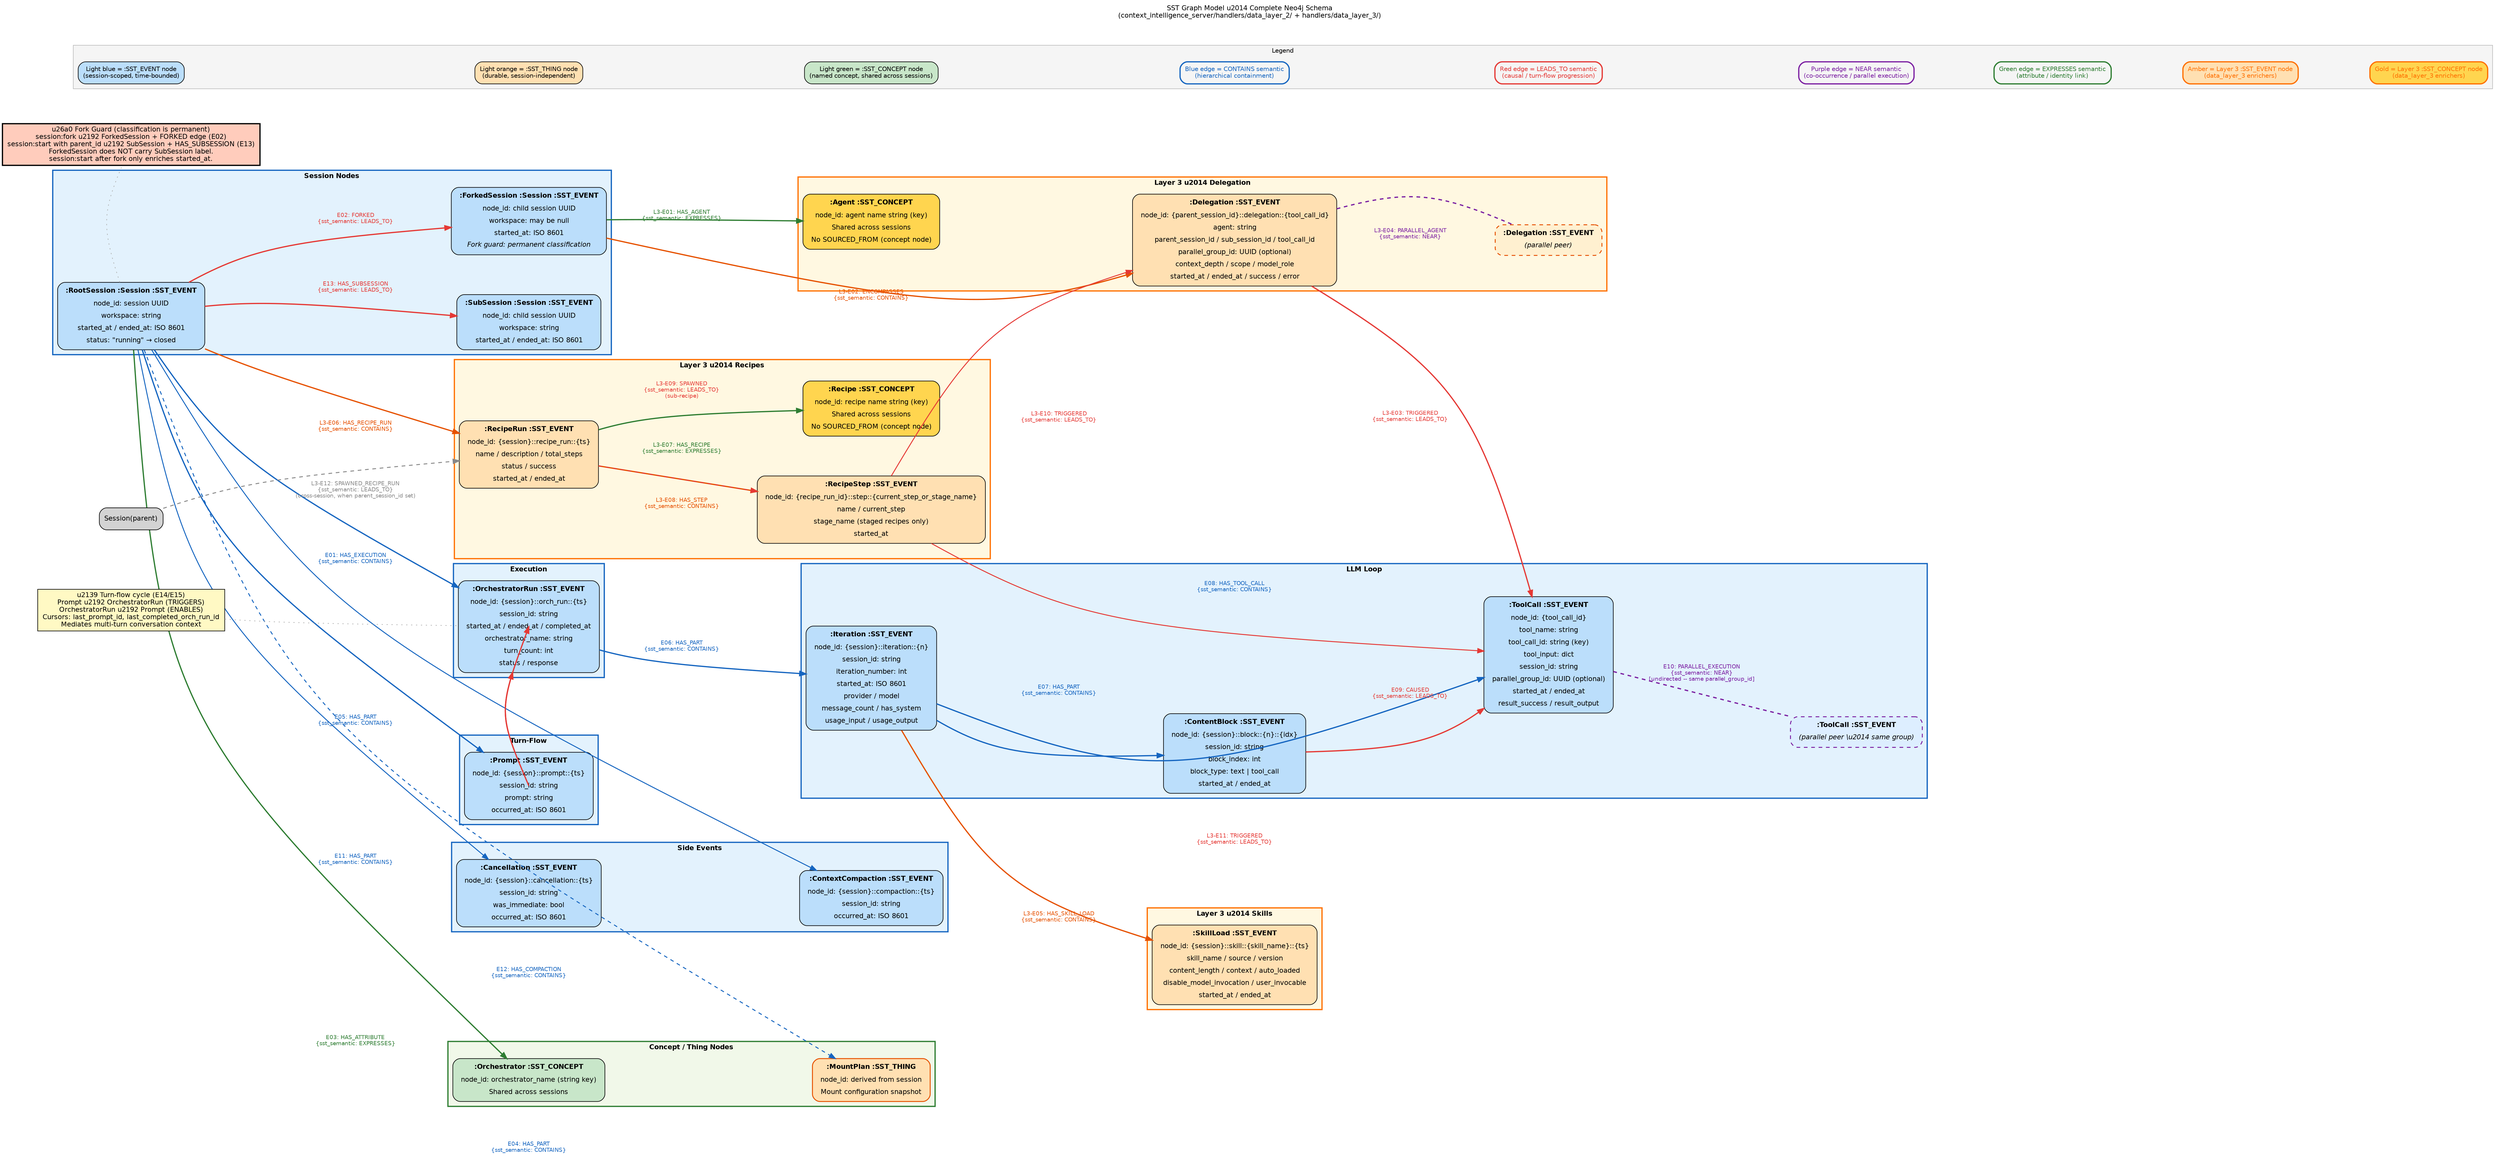
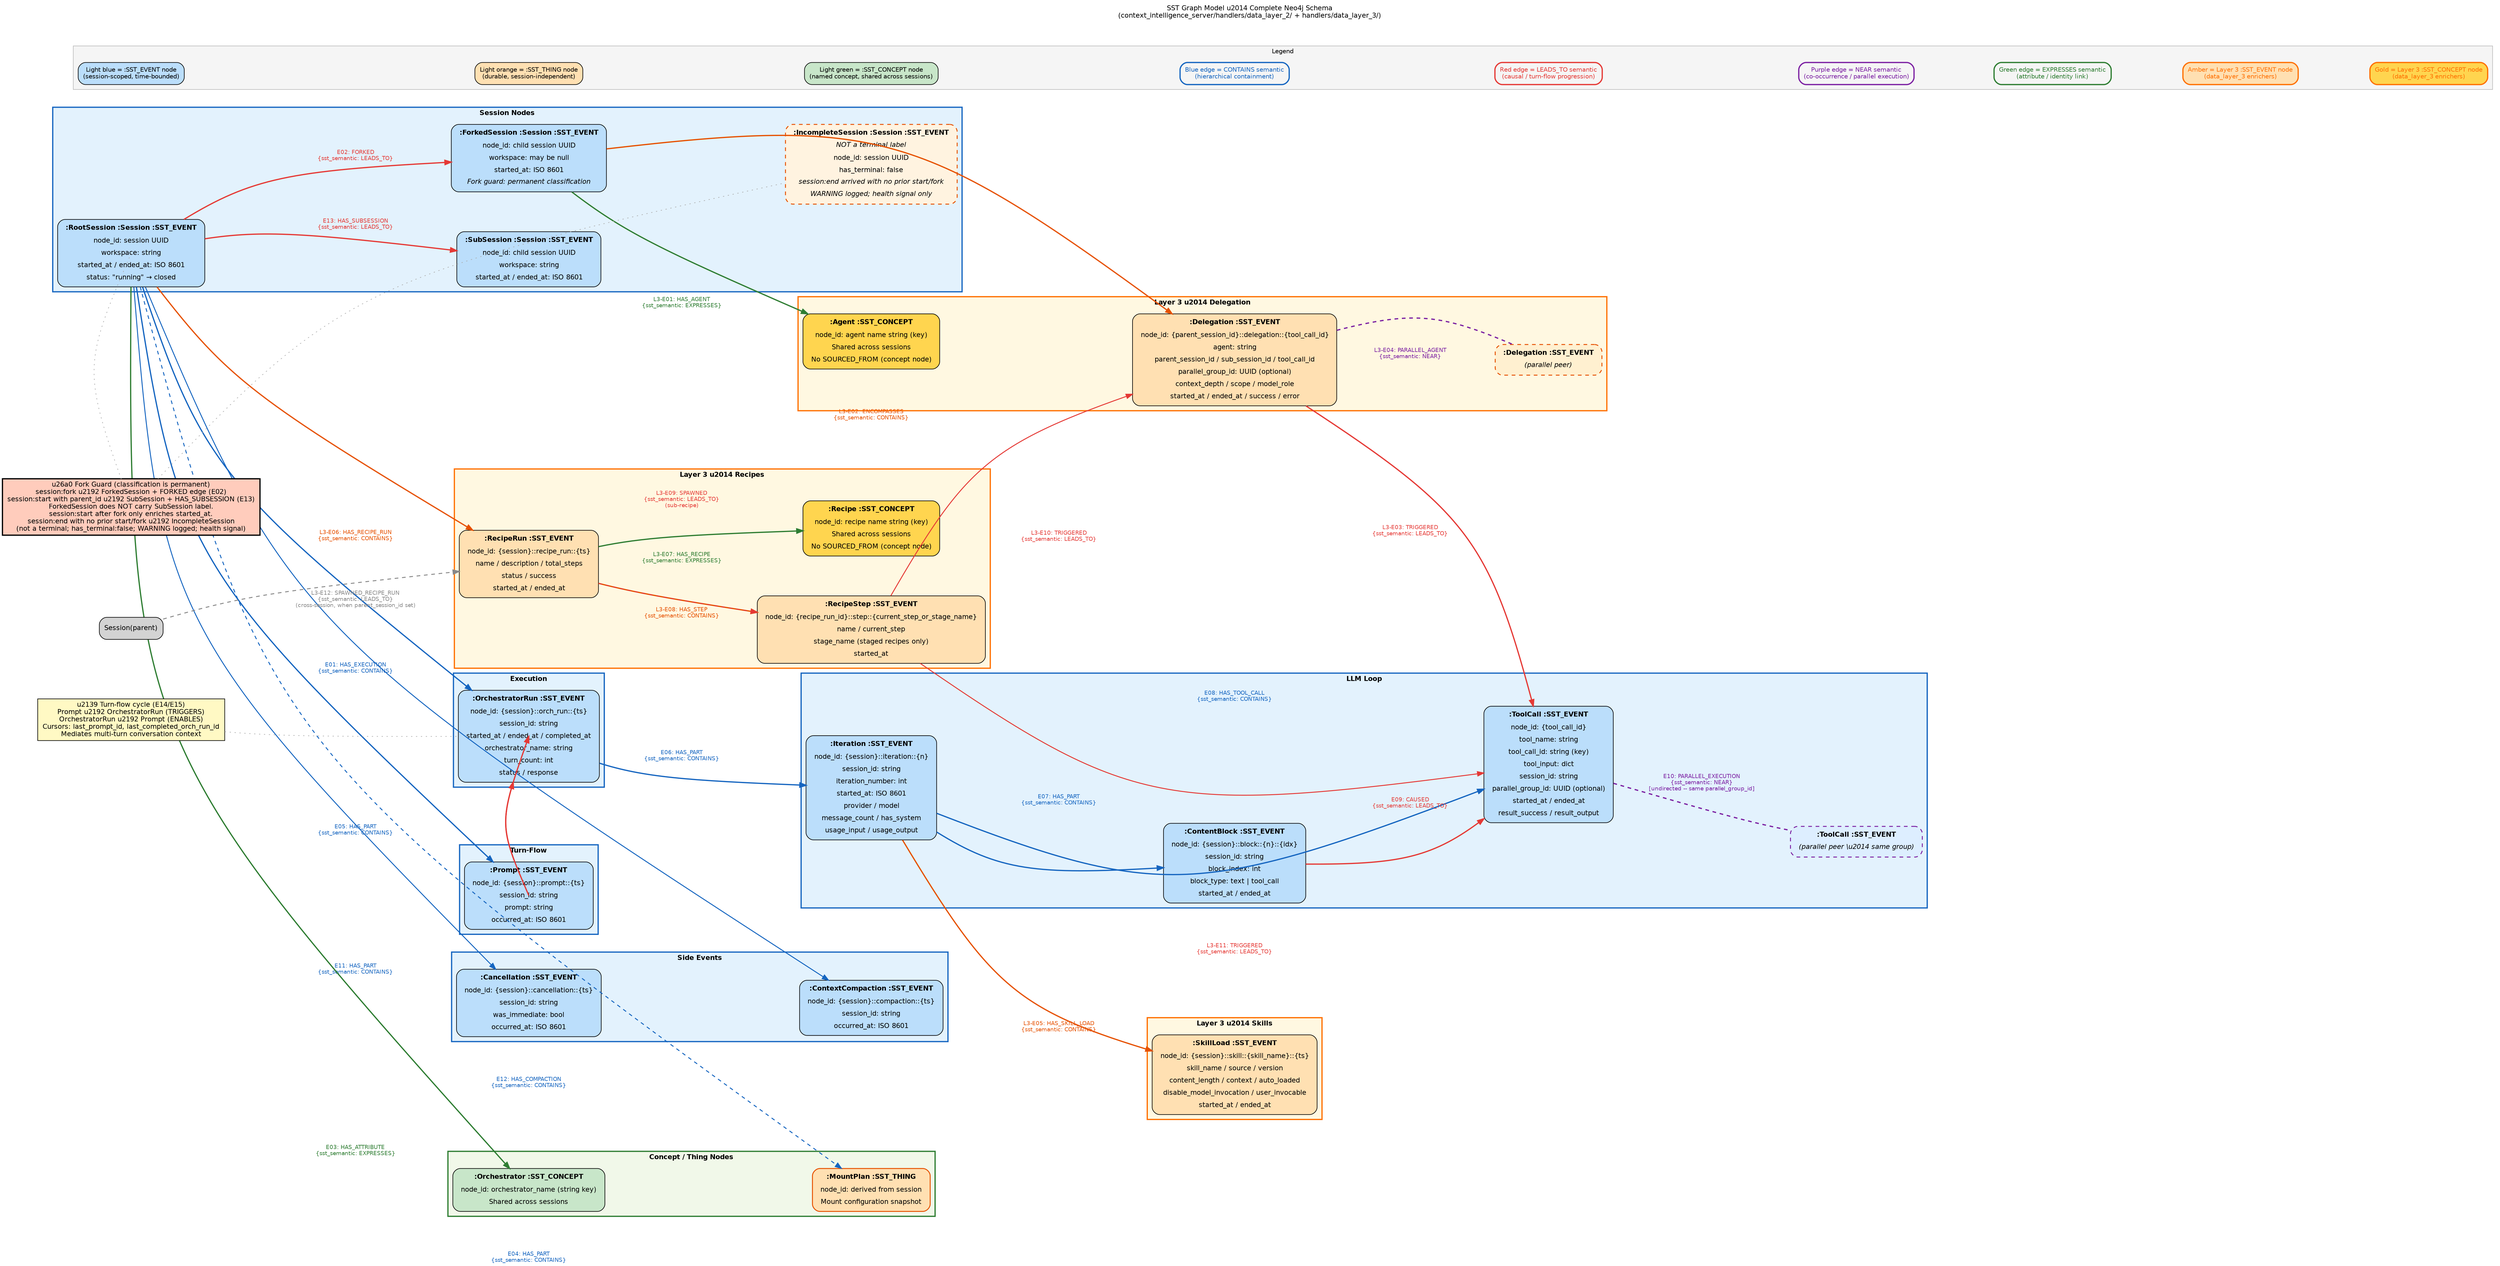
digraph graph_model {
    // -- Global defaults ------------------------------------------------------
    graph [
        rankdir   = LR
        compound  = true
        splines   = curved
        nodesep   = 0.9
        ranksep   = 1.6
        fontname  = "Helvetica"
        fontsize  = 11
        label     = "SST Graph Model \u2014 Complete Neo4j Schema\n(context_intelligence_server/handlers/data_layer_2/ + handlers/data_layer_3/)"
        labelloc  = t
        labeljust = c
    ]
    node [
        fontname = "Helvetica"
        fontsize = 11
        style    = "filled,rounded"
        shape    = box
    ]
    edge [
        fontname = "Helvetica"
        fontsize = 9
    ]

    // -- Sessions cluster -----------------------------------------------------
    subgraph cluster_sessions {
        graph [
            label     = "Session Nodes"
            fontname  = "Helvetica-Bold"
            fontsize  = 11
            style     = filled
            color     = "#1565C0"
            fillcolor = "#E3F2FD"
            penwidth  = 2
        ]

        RootSession [
            fillcolor = "#BBDEFB"
            label     = <<TABLE BORDER="0" CELLBORDER="0" CELLSPACING="2" CELLPADDING="3">
                <TR><TD><B>:RootSession :Session :SST_EVENT</B></TD></TR>
                <TR><TD>node_id: session UUID</TD></TR>
                <TR><TD>workspace: string</TD></TR>
                <TR><TD>started_at / ended_at: ISO 8601</TD></TR>
                <TR><TD>status: "running" &#8594; closed</TD></TR>
            </TABLE>>
        ]

        SubSession [
            fillcolor = "#BBDEFB"
            label     = <<TABLE BORDER="0" CELLBORDER="0" CELLSPACING="2" CELLPADDING="3">
                <TR><TD><B>:SubSession :Session :SST_EVENT</B></TD></TR>
                <TR><TD>node_id: child session UUID</TD></TR>
                <TR><TD>workspace: string</TD></TR>
                <TR><TD>started_at / ended_at: ISO 8601</TD></TR>
            </TABLE>>
        ]

        ForkedSession [
            fillcolor = "#BBDEFB"
            label     = <<TABLE BORDER="0" CELLBORDER="0" CELLSPACING="2" CELLPADDING="3">
                <TR><TD><B>:ForkedSession :Session :SST_EVENT</B></TD></TR>
                <TR><TD>node_id: child session UUID</TD></TR>
                <TR><TD>workspace: may be null</TD></TR>
                <TR><TD>started_at: ISO 8601</TD></TR>
                <TR><TD><I>Fork guard: permanent classification</I></TD></TR>
            </TABLE>>
        ]

-         RootSession -> SubSession    [style = invis]
-         RootSession -> ForkedSession [style = invis]
+         IncompleteSession [
+             fillcolor = "#FFF3E0"
+             color     = "#E65100"
+             penwidth  = 1.5
+             style     = "filled,rounded,dashed"
+             label     = <<TABLE BORDER="0" CELLBORDER="0" CELLSPACING="2" CELLPADDING="3">
+                 <TR><TD><B>:IncompleteSession :Session :SST_EVENT</B></TD></TR>
+                 <TR><TD><I>NOT a terminal label</I></TD></TR>
+                 <TR><TD>node_id: session UUID</TD></TR>
+                 <TR><TD>has_terminal: false</TD></TR>
+                 <TR><TD><I>session:end arrived with no prior start/fork</I></TD></TR>
+                 <TR><TD><I>WARNING logged; health signal only</I></TD></TR>
+             </TABLE>>
+         ]
+ 
+         RootSession -> SubSession       [style = invis]
+         RootSession -> ForkedSession    [style = invis]
+         ForkedSession -> IncompleteSession [style = invis]
    }

    // -- Execution cluster ----------------------------------------------------
    subgraph cluster_execution {
        graph [
            label     = "Execution"
            fontname  = "Helvetica-Bold"
            fontsize  = 11
            style     = filled
            color     = "#1565C0"
            fillcolor = "#E3F2FD"
            penwidth  = 2
        ]

        OrchestratorRun [
            fillcolor = "#BBDEFB"
            label     = <<TABLE BORDER="0" CELLBORDER="0" CELLSPACING="2" CELLPADDING="3">
                <TR><TD><B>:OrchestratorRun :SST_EVENT</B></TD></TR>
                <TR><TD>node_id: {session}::orch_run::{ts}</TD></TR>
                <TR><TD>session_id: string</TD></TR>
                <TR><TD>started_at / ended_at / completed_at</TD></TR>
                <TR><TD>orchestrator_name: string</TD></TR>
                <TR><TD>turn_count: int</TD></TR>
                <TR><TD>status / response</TD></TR>
            </TABLE>>
        ]
    }

    // -- LLM loop cluster -----------------------------------------------------
    subgraph cluster_llm_loop {
        graph [
            label     = "LLM Loop"
            fontname  = "Helvetica-Bold"
            fontsize  = 11
            style     = filled
            color     = "#1565C0"
            fillcolor = "#E3F2FD"
            penwidth  = 2
        ]

        Iteration [
            fillcolor = "#BBDEFB"
            label     = <<TABLE BORDER="0" CELLBORDER="0" CELLSPACING="2" CELLPADDING="3">
                <TR><TD><B>:Iteration :SST_EVENT</B></TD></TR>
                <TR><TD>node_id: {session}::iteration::{n}</TD></TR>
                <TR><TD>session_id: string</TD></TR>
                <TR><TD>iteration_number: int</TD></TR>
                <TR><TD>started_at: ISO 8601</TD></TR>
                <TR><TD>provider / model</TD></TR>
                <TR><TD>message_count / has_system</TD></TR>
                <TR><TD>usage_input / usage_output</TD></TR>
            </TABLE>>
        ]

        ContentBlock [
            fillcolor = "#BBDEFB"
            label     = <<TABLE BORDER="0" CELLBORDER="0" CELLSPACING="2" CELLPADDING="3">
                <TR><TD><B>:ContentBlock :SST_EVENT</B></TD></TR>
                <TR><TD>node_id: {session}::block::{n}::{idx}</TD></TR>
                <TR><TD>session_id: string</TD></TR>
                <TR><TD>block_index: int</TD></TR>
                <TR><TD>block_type: text | tool_call</TD></TR>
                <TR><TD>started_at / ended_at</TD></TR>
            </TABLE>>
        ]

        ToolCall [
            fillcolor = "#BBDEFB"
            label     = <<TABLE BORDER="0" CELLBORDER="0" CELLSPACING="2" CELLPADDING="3">
                <TR><TD><B>:ToolCall :SST_EVENT</B></TD></TR>
                <TR><TD>node_id: {tool_call_id}</TD></TR>
                <TR><TD>tool_name: string</TD></TR>
                <TR><TD>tool_call_id: string (key)</TD></TR>
                <TR><TD>tool_input: dict</TD></TR>
                <TR><TD>session_id: string</TD></TR>
                <TR><TD>parallel_group_id: UUID (optional)</TD></TR>
                <TR><TD>started_at / ended_at</TD></TR>
                <TR><TD>result_success / result_output</TD></TR>
            </TABLE>>
        ]

        ToolCallPeer [
            fillcolor = "#DDEEFF"
            color     = "#7B1FA2"
            penwidth  = 1.5
            style     = "filled,rounded,dashed"
            label     = <<TABLE BORDER="0" CELLBORDER="0" CELLSPACING="2" CELLPADDING="3">
                <TR><TD><B>:ToolCall :SST_EVENT</B></TD></TR>
                <TR><TD><I>(parallel peer \u2014 same group)</I></TD></TR>
            </TABLE>>
        ]

        Iteration    -> ContentBlock [style = invis]
        Iteration    -> ToolCall     [style = invis]
        ContentBlock -> ToolCallPeer [style = invis]
    }

    // -- Prompt cluster -------------------------------------------------------
    subgraph cluster_prompt {
        graph [
            label     = "Turn-Flow"
            fontname  = "Helvetica-Bold"
            fontsize  = 11
            style     = filled
            color     = "#1565C0"
            fillcolor = "#E3F2FD"
            penwidth  = 2
        ]

        Prompt [
            fillcolor = "#BBDEFB"
            label     = <<TABLE BORDER="0" CELLBORDER="0" CELLSPACING="2" CELLPADDING="3">
                <TR><TD><B>:Prompt :SST_EVENT</B></TD></TR>
                <TR><TD>node_id: {session}::prompt::{ts}</TD></TR>
                <TR><TD>session_id: string</TD></TR>
                <TR><TD>prompt: string</TD></TR>
                <TR><TD>occurred_at: ISO 8601</TD></TR>
            </TABLE>>
        ]
    }

    // -- Side events cluster --------------------------------------------------
    subgraph cluster_side_events {
        graph [
            label     = "Side Events"
            fontname  = "Helvetica-Bold"
            fontsize  = 11
            style     = filled
            color     = "#1565C0"
            fillcolor = "#E3F2FD"
            penwidth  = 2
        ]

        Cancellation [
            fillcolor = "#BBDEFB"
            label     = <<TABLE BORDER="0" CELLBORDER="0" CELLSPACING="2" CELLPADDING="3">
                <TR><TD><B>:Cancellation :SST_EVENT</B></TD></TR>
                <TR><TD>node_id: {session}::cancellation::{ts}</TD></TR>
                <TR><TD>session_id: string</TD></TR>
                <TR><TD>was_immediate: bool</TD></TR>
                <TR><TD>occurred_at: ISO 8601</TD></TR>
            </TABLE>>
        ]

        ContextCompaction [
            fillcolor = "#BBDEFB"
            label     = <<TABLE BORDER="0" CELLBORDER="0" CELLSPACING="2" CELLPADDING="3">
                <TR><TD><B>:ContextCompaction :SST_EVENT</B></TD></TR>
                <TR><TD>node_id: {session}::compaction::{ts}</TD></TR>
                <TR><TD>session_id: string</TD></TR>
                <TR><TD>occurred_at: ISO 8601</TD></TR>
            </TABLE>>
        ]

        Cancellation -> ContextCompaction [style = invis]
    }

    // -- Concept / Thing cluster ----------------------------------------------
    subgraph cluster_concepts {
        graph [
            label     = "Concept / Thing Nodes"
            fontname  = "Helvetica-Bold"
            fontsize  = 11
            style     = filled
            color     = "#2E7D32"
            fillcolor = "#F1F8E9"
            penwidth  = 2
        ]

        Orchestrator [
            fillcolor = "#C8E6C9"
            label     = <<TABLE BORDER="0" CELLBORDER="0" CELLSPACING="2" CELLPADDING="3">
                <TR><TD><B>:Orchestrator :SST_CONCEPT</B></TD></TR>
                <TR><TD>node_id: orchestrator_name (string key)</TD></TR>
                <TR><TD>Shared across sessions</TD></TR>
            </TABLE>>
        ]

        MountPlan [
            fillcolor = "#FFE0B2"
            color     = "#E65100"
            penwidth  = 1.5
            label     = <<TABLE BORDER="0" CELLBORDER="0" CELLSPACING="2" CELLPADDING="3">
                <TR><TD><B>:MountPlan :SST_THING</B></TD></TR>
                <TR><TD>node_id: derived from session</TD></TR>
                <TR><TD>Mount configuration snapshot</TD></TR>
            </TABLE>>
        ]

        Orchestrator -> MountPlan [style = invis]
    }

    // -- Layer 3 — Delegation cluster -----------------------------------------
    subgraph cluster_layer3_delegation {
        graph [
            label     = "Layer 3 \u2014 Delegation"
            fontname  = "Helvetica-Bold"
            fontsize  = 11
            style     = filled
            color     = "#FF6F00"
            fillcolor = "#FFF8E1"
            penwidth  = 2
        ]

        Delegation [
            fillcolor = "#FFE0B2"
            label     = <<TABLE BORDER="0" CELLBORDER="0" CELLSPACING="2" CELLPADDING="3">
                <TR><TD><B>:Delegation :SST_EVENT</B></TD></TR>
                <TR><TD>node_id: {parent_session_id}::delegation::{tool_call_id}</TD></TR>
                <TR><TD>agent: string</TD></TR>
                <TR><TD>parent_session_id / sub_session_id / tool_call_id</TD></TR>
                <TR><TD>parallel_group_id: UUID (optional)</TD></TR>
                <TR><TD>context_depth / scope / model_role</TD></TR>
                <TR><TD>started_at / ended_at / success / error</TD></TR>
            </TABLE>>
        ]

        Agent [
            fillcolor = "#FFD54F"
            label     = <<TABLE BORDER="0" CELLBORDER="0" CELLSPACING="2" CELLPADDING="3">
                <TR><TD><B>:Agent :SST_CONCEPT</B></TD></TR>
                <TR><TD>node_id: agent name string (key)</TD></TR>
                <TR><TD>Shared across sessions</TD></TR>
                <TR><TD>No SOURCED_FROM (concept node)</TD></TR>
            </TABLE>>
        ]

        DelegationPeer [
            style     = "filled,rounded,dashed"
            fillcolor = "#FFF0D0"
            color     = "#E65100"
            penwidth  = 1.5
            label     = <<TABLE BORDER="0" CELLBORDER="0" CELLSPACING="2" CELLPADDING="3">
                <TR><TD><B>:Delegation :SST_EVENT</B></TD></TR>
                <TR><TD><I>(parallel peer)</I></TD></TR>
            </TABLE>>
        ]

        Agent -> Delegation [style = invis]
    }

    // -- Layer 3 — Skills cluster ----------------------------------------------
    subgraph cluster_layer3_skills {
        graph [
            label     = "Layer 3 \u2014 Skills"
            fontname  = "Helvetica-Bold"
            fontsize  = 11
            style     = filled
            color     = "#FF6F00"
            fillcolor = "#FFF8E1"
            penwidth  = 2
        ]

        SkillLoad [
            fillcolor = "#FFE0B2"
            label     = <<TABLE BORDER="0" CELLBORDER="0" CELLSPACING="2" CELLPADDING="3">
                <TR><TD><B>:SkillLoad :SST_EVENT</B></TD></TR>
                <TR><TD>node_id: {session}::skill::{skill_name}::{ts}</TD></TR>
                <TR><TD>skill_name / source / version</TD></TR>
                <TR><TD>content_length / context / auto_loaded</TD></TR>
                <TR><TD>disable_model_invocation / user_invocable</TD></TR>
                <TR><TD>started_at / ended_at</TD></TR>
            </TABLE>>
        ]
    }

    // -- Layer 3 — Recipes cluster ---------------------------------------------
    subgraph cluster_layer3_recipes {
        graph [
            label     = "Layer 3 \u2014 Recipes"
            fontname  = "Helvetica-Bold"
            fontsize  = 11
            style     = filled
            color     = "#FF6F00"
            fillcolor = "#FFF8E1"
            penwidth  = 2
        ]

        RecipeRun [
            fillcolor = "#FFE0B2"
            label     = <<TABLE BORDER="0" CELLBORDER="0" CELLSPACING="2" CELLPADDING="3">
                <TR><TD><B>:RecipeRun :SST_EVENT</B></TD></TR>
                <TR><TD>node_id: {session}::recipe_run::{ts}</TD></TR>
                <TR><TD>name / description / total_steps</TD></TR>
                <TR><TD>status / success</TD></TR>
                <TR><TD>started_at / ended_at</TD></TR>
            </TABLE>>
        ]

        RecipeStep [
            fillcolor = "#FFE0B2"
            label     = <<TABLE BORDER="0" CELLBORDER="0" CELLSPACING="2" CELLPADDING="3">
                <TR><TD><B>:RecipeStep :SST_EVENT</B></TD></TR>
                <TR><TD>node_id: {recipe_run_id}::step::{current_step_or_stage_name}</TD></TR>
                <TR><TD>name / current_step</TD></TR>
                <TR><TD>stage_name (staged recipes only)</TD></TR>
                <TR><TD>started_at</TD></TR>
            </TABLE>>
        ]

        Recipe [
            fillcolor = "#FFD54F"
            label     = <<TABLE BORDER="0" CELLBORDER="0" CELLSPACING="2" CELLPADDING="3">
                <TR><TD><B>:Recipe :SST_CONCEPT</B></TD></TR>
                <TR><TD>node_id: recipe name string (key)</TD></TR>
                <TR><TD>Shared across sessions</TD></TR>
                <TR><TD>No SOURCED_FROM (concept node)</TD></TR>
            </TABLE>>
        ]

        Recipe -> RecipeRun   [style = invis]
        RecipeRun -> RecipeStep [style = invis]
    }

    // -- Edges ----------------------------------------------------------------

    // E01: HAS_EXECUTION [CONTAINS] -- Session -> OrchestratorRun
    RootSession -> OrchestratorRun [
        label     = "E01: HAS_EXECUTION\n{sst_semantic: CONTAINS}"
        color     = "#1565C0"
        fontcolor = "#1565C0"
        penwidth  = 2
    ]

    // E02: FORKED [LEADS_TO] -- Session -> ForkedSession
    RootSession -> ForkedSession [
        label     = "E02: FORKED\n{sst_semantic: LEADS_TO}"
        color     = "#E53935"
        fontcolor = "#E53935"
        penwidth  = 2
    ]

    // E03: HAS_ATTRIBUTE [EXPRESSES] -- Session -> Orchestrator
    RootSession -> Orchestrator [
        label     = "E03: HAS_ATTRIBUTE\n{sst_semantic: EXPRESSES}"
        color     = "#2E7D32"
        fontcolor = "#2E7D32"
        penwidth  = 2
    ]

    // E04: HAS_PART [CONTAINS] -- Session -> MountPlan
    RootSession -> MountPlan [
        label     = "E04: HAS_PART\n{sst_semantic: CONTAINS}"
        color     = "#1565C0"
        fontcolor = "#1565C0"
        penwidth  = 1.5
        style     = dashed
    ]

    // E05: HAS_PART [CONTAINS] -- Session -> Prompt
    RootSession -> Prompt [
        label     = "E05: HAS_PART\n{sst_semantic: CONTAINS}"
        color     = "#1565C0"
        fontcolor = "#1565C0"
        penwidth  = 2
    ]

    // E06: HAS_PART [CONTAINS] -- OrchestratorRun -> Iteration
    OrchestratorRun -> Iteration [
        label     = "E06: HAS_PART\n{sst_semantic: CONTAINS}"
        color     = "#1565C0"
        fontcolor = "#1565C0"
        penwidth  = 2
    ]

    // E07: HAS_PART [CONTAINS] -- Iteration -> ContentBlock
    Iteration -> ContentBlock [
        label     = "E07: HAS_PART\n{sst_semantic: CONTAINS}"
        color     = "#1565C0"
        fontcolor = "#1565C0"
        penwidth  = 2
    ]

    // E08: HAS_TOOL_CALL [CONTAINS] -- Iteration -> ToolCall
    Iteration -> ToolCall [
        label     = "E08: HAS_TOOL_CALL\n{sst_semantic: CONTAINS}"
        color     = "#1565C0"
        fontcolor = "#1565C0"
        penwidth  = 2
    ]

    // E09: CAUSED [LEADS_TO] -- ContentBlock -> ToolCall
    ContentBlock -> ToolCall [
        label     = "E09: CAUSED\n{sst_semantic: LEADS_TO}"
        color     = "#E53935"
        fontcolor = "#E53935"
        penwidth  = 2
    ]

    // E10: PARALLEL_EXECUTION [NEAR] -- ToolCall <-> ToolCall (undirected)
    ToolCall -> ToolCallPeer [
        dir       = none
        label     = "E10: PARALLEL_EXECUTION\n{sst_semantic: NEAR}\n[undirected -- same parallel_group_id]"
        color     = "#7B1FA2"
        fontcolor = "#7B1FA2"
        penwidth  = 2
        style     = dashed
    ]

    // E11: HAS_PART [CONTAINS] -- Session -> Cancellation
    RootSession -> Cancellation [
        label     = "E11: HAS_PART\n{sst_semantic: CONTAINS}"
        color     = "#1565C0"
        fontcolor = "#1565C0"
        penwidth  = 1.5
    ]

    // E12: HAS_COMPACTION [CONTAINS] -- Session -> ContextCompaction
    RootSession -> ContextCompaction [
        label     = "E12: HAS_COMPACTION\n{sst_semantic: CONTAINS}"
        color     = "#1565C0"
        fontcolor = "#1565C0"
        penwidth  = 1.5
    ]

    // E13: HAS_SUBSESSION [LEADS_TO] -- Session -> SubSession
    RootSession -> SubSession [
        label     = "E13: HAS_SUBSESSION\n{sst_semantic: LEADS_TO}"
        color     = "#E53935"
        fontcolor = "#E53935"
        penwidth  = 2
    ]

    // E14: TRIGGERS [LEADS_TO] -- Prompt -> OrchestratorRun (turn-flow cursor)
    Prompt -> OrchestratorRun [
        label     = "E14: TRIGGERS\n{sst_semantic: LEADS_TO}"
        color     = "#E53935"
        fontcolor = "#E53935"
        penwidth  = 2
        style     = bold
        constraint = false
    ]

    // E15: ENABLES [LEADS_TO] -- OrchestratorRun -> Prompt (turn-flow cursor)
    OrchestratorRun -> Prompt [
        label     = "E15: ENABLES\n{sst_semantic: LEADS_TO}"
        color     = "#E53935"
        fontcolor = "#E53935"
        penwidth  = 2
        style     = bold
        constraint = false
    ]

    // -- Layer 3 Edges --------------------------------------------------------

    // L3-E01: HAS_AGENT [EXPRESSES] -- ForkedSession -> Agent
    ForkedSession -> Agent [
        label     = "L3-E01: HAS_AGENT\n{sst_semantic: EXPRESSES}"
        color     = "#2E7D32"
        fontcolor = "#2E7D32"
        penwidth  = 2
    ]

    // L3-E02: ENCOMPASSES [CONTAINS] -- Delegation -> ForkedSession
    Delegation -> ForkedSession [
        label     = "L3-E02: ENCOMPASSES\n{sst_semantic: CONTAINS}"
        color     = "#E65100"
        fontcolor = "#E65100"
        penwidth  = 2
    ]

    // L3-E03: TRIGGERED [LEADS_TO] -- ToolCall -> Delegation
    ToolCall -> Delegation [
        label     = "L3-E03: TRIGGERED\n{sst_semantic: LEADS_TO}"
        color     = "#E53935"
        fontcolor = "#E53935"
        penwidth  = 2
    ]

    // L3-E04: PARALLEL_AGENT [NEAR] -- Delegation <-> DelegationPeer (undirected)
    Delegation -> DelegationPeer [
        dir       = none
        label     = "L3-E04: PARALLEL_AGENT\n{sst_semantic: NEAR}"
        color     = "#7B1FA2"
        fontcolor = "#7B1FA2"
        penwidth  = 2
        style     = dashed
    ]

    // L3-E05: HAS_SKILL_LOAD [CONTAINS] -- Iteration -> SkillLoad
    Iteration -> SkillLoad [
        label     = "L3-E05: HAS_SKILL_LOAD\n{sst_semantic: CONTAINS}"
        color     = "#E65100"
        fontcolor = "#E65100"
        penwidth  = 2
    ]

    // L3-E06: HAS_RECIPE_RUN [CONTAINS] -- RootSession -> RecipeRun
    RootSession -> RecipeRun [
        label     = "L3-E06: HAS_RECIPE_RUN\n{sst_semantic: CONTAINS}"
        color     = "#E65100"
        fontcolor = "#E65100"
        penwidth  = 2
    ]

    // L3-E07: HAS_RECIPE [EXPRESSES] -- RecipeRun -> Recipe
    RecipeRun -> Recipe [
        label     = "L3-E07: HAS_RECIPE\n{sst_semantic: EXPRESSES}"
        color     = "#2E7D32"
        fontcolor = "#2E7D32"
        penwidth  = 2
    ]

    // L3-E08: HAS_STEP [CONTAINS] -- RecipeRun -> RecipeStep
    RecipeRun -> RecipeStep [
        label     = "L3-E08: HAS_STEP\n{sst_semantic: CONTAINS}"
        color     = "#E65100"
        fontcolor = "#E65100"
        penwidth  = 2
    ]

    // L3-E09: SPAWNED [LEADS_TO] -- RecipeStep -> RecipeRun (sub-recipe)
    RecipeStep -> RecipeRun [
        label     = "L3-E09: SPAWNED\n{sst_semantic: LEADS_TO}\n(sub-recipe)"
        color     = "#E53935"
        fontcolor = "#E53935"
        penwidth  = 1.5
        style     = dashed
        constraint = false
    ]

    // L3-E12: SPAWNED_RECIPE_RUN [LEADS_TO] -- Session(parent) -> RecipeRun (cross-session sub-recipe lineage)
    // Only present when recipe:start payload includes parent_session_id (pending PR #72)
    "Session(parent)" -> RecipeRun [
        label     = "L3-E12: SPAWNED_RECIPE_RUN\n{sst_semantic: LEADS_TO}\n(cross-session, when parent_session_id set)"
        color     = "#888888"
        fontcolor = "#888888"
        penwidth  = 1.5
        style     = dashed
        constraint = false
    ]

    // L3-E10: TRIGGERED [LEADS_TO] -- RecipeStep -> Delegation
    RecipeStep -> Delegation [
        label     = "L3-E10: TRIGGERED\n{sst_semantic: LEADS_TO}"
        color     = "#E53935"
        fontcolor = "#E53935"
        penwidth  = 1.5
    ]

    // L3-E11: TRIGGERED [LEADS_TO] -- RecipeStep -> ToolCall
    RecipeStep -> ToolCall [
        label     = "L3-E11: TRIGGERED\n{sst_semantic: LEADS_TO}"
        color     = "#E53935"
        fontcolor = "#E53935"
        penwidth  = 1.5
        constraint = false
    ]

    // -- Notes ----------------------------------------------------------------
    note_turn_cycle [
        shape     = box
        style     = filled
        fillcolor = "#FFF9C4"
        label     = "\u2139 Turn-flow cycle (E14/E15)\nPrompt \u2192 OrchestratorRun (TRIGGERS)\nOrchestratorRun \u2192 Prompt (ENABLES)\nCursors: last_prompt_id, last_completed_orch_run_id\nMediates multi-turn conversation context"
    ]

    note_fork_guard [
        shape     = box
        style     = filled
        fillcolor = "#FFCCBC"
        penwidth  = 2
-         label     = "\u26a0 Fork Guard (classification is permanent)\nsession:fork \u2192 ForkedSession + FORKED edge (E02)\nsession:start with parent_id \u2192 SubSession + HAS_SUBSESSION (E13)\nForkedSession does NOT carry SubSession label.\nsession:start after fork only enriches started_at."
-     ]
- 
-     OrchestratorRun -> note_turn_cycle [style = dotted, color = "#AAAAAA", arrowhead = none, constraint = false]
-     RootSession     -> note_fork_guard  [style = dotted, color = "#AAAAAA", arrowhead = none, constraint = false]
+         label     = "\u26a0 Fork Guard (classification is permanent)\nsession:fork \u2192 ForkedSession + FORKED edge (E02)\nsession:start with parent_id \u2192 SubSession + HAS_SUBSESSION (E13)\nForkedSession does NOT carry SubSession label.\nsession:start after fork only enriches started_at.\nsession:end with no prior start/fork \u2192 IncompleteSession\n(not a terminal; has_terminal:false; WARNING logged; health signal)"
+     ]
+ 
+     OrchestratorRun   -> note_turn_cycle [style = dotted, color = "#AAAAAA", arrowhead = none, constraint = false]
+     RootSession       -> note_fork_guard [style = dotted, color = "#AAAAAA", arrowhead = none, constraint = false]
+     IncompleteSession -> note_fork_guard [style = dotted, color = "#AAAAAA", arrowhead = none, constraint = false]

    // -- Legend ---------------------------------------------------------------
    subgraph cluster_legend {
        graph [
            label     = "Legend"
            style     = "filled"
            color     = "#BDBDBD"
            fillcolor = "#F5F5F5"
            fontname  = "Helvetica"
            fontsize  = 10
        ]
        node [fontsize = 10]

        legend_sst_event [
            style     = "filled,rounded"
            fillcolor = "#BBDEFB"
            label     = "Light blue = :SST_EVENT node\n(session-scoped, time-bounded)"
        ]
        legend_sst_thing [
            style     = "filled,rounded"
            fillcolor = "#FFE0B2"
            label     = "Light orange = :SST_THING node\n(durable, session-independent)"
        ]
        legend_sst_concept [
            style     = "filled,rounded"
            fillcolor = "#C8E6C9"
            label     = "Light green = :SST_CONCEPT node\n(named concept, shared across sessions)"
        ]
        legend_contains [
            style     = "filled,rounded"
            fillcolor = "#F5F5F5"
            color     = "#1565C0"
            fontcolor = "#1565C0"
            penwidth  = 2
            label     = "Blue edge = CONTAINS semantic\n(hierarchical containment)"
        ]
        legend_leads_to [
            style     = "filled,rounded"
            fillcolor = "#F5F5F5"
            color     = "#E53935"
            fontcolor = "#E53935"
            penwidth  = 2
            label     = "Red edge = LEADS_TO semantic\n(causal / turn-flow progression)"
        ]
        legend_near [
            style     = "filled,rounded"
            fillcolor = "#F5F5F5"
            color     = "#7B1FA2"
            fontcolor = "#7B1FA2"
            penwidth  = 2
            label     = "Purple edge = NEAR semantic\n(co-occurrence / parallel execution)"
        ]
        legend_expresses [
            style     = "filled,rounded"
            fillcolor = "#F5F5F5"
            color     = "#2E7D32"
            fontcolor = "#2E7D32"
            penwidth  = 2
            label     = "Green edge = EXPRESSES semantic\n(attribute / identity link)"
        ]

        legend_l3_event [
            style     = "filled,rounded"
            fillcolor = "#FFE0B2"
            color     = "#FF6F00"
            fontcolor = "#FF6F00"
            penwidth  = 2
            label     = "Amber = Layer 3 :SST_EVENT node\n(data_layer_3 enrichers)"
        ]
        legend_l3_concept [
            style     = "filled,rounded"
            fillcolor = "#FFD54F"
            color     = "#FF6F00"
            fontcolor = "#FF6F00"
            penwidth  = 2
            label     = "Gold = Layer 3 :SST_CONCEPT node\n(data_layer_3 enrichers)"
        ]

        legend_sst_event -> legend_sst_thing -> legend_sst_concept -> legend_contains -> legend_leads_to -> legend_near -> legend_expresses -> legend_l3_event -> legend_l3_concept [style = invis]
    }
}
